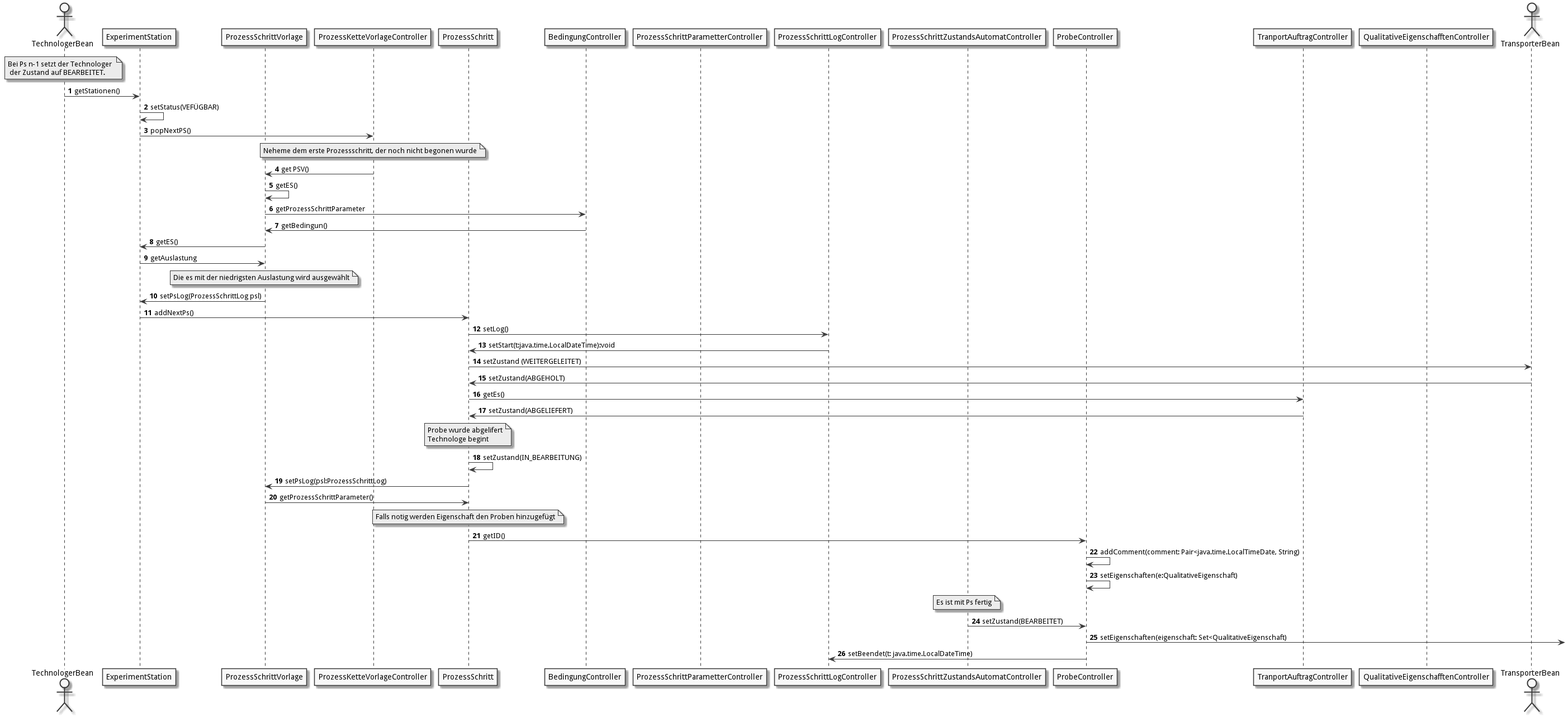
The PlantUML diagram doc/UML/aw/ps.png in fkehlenb/softwareprojekt-2, before a commit.
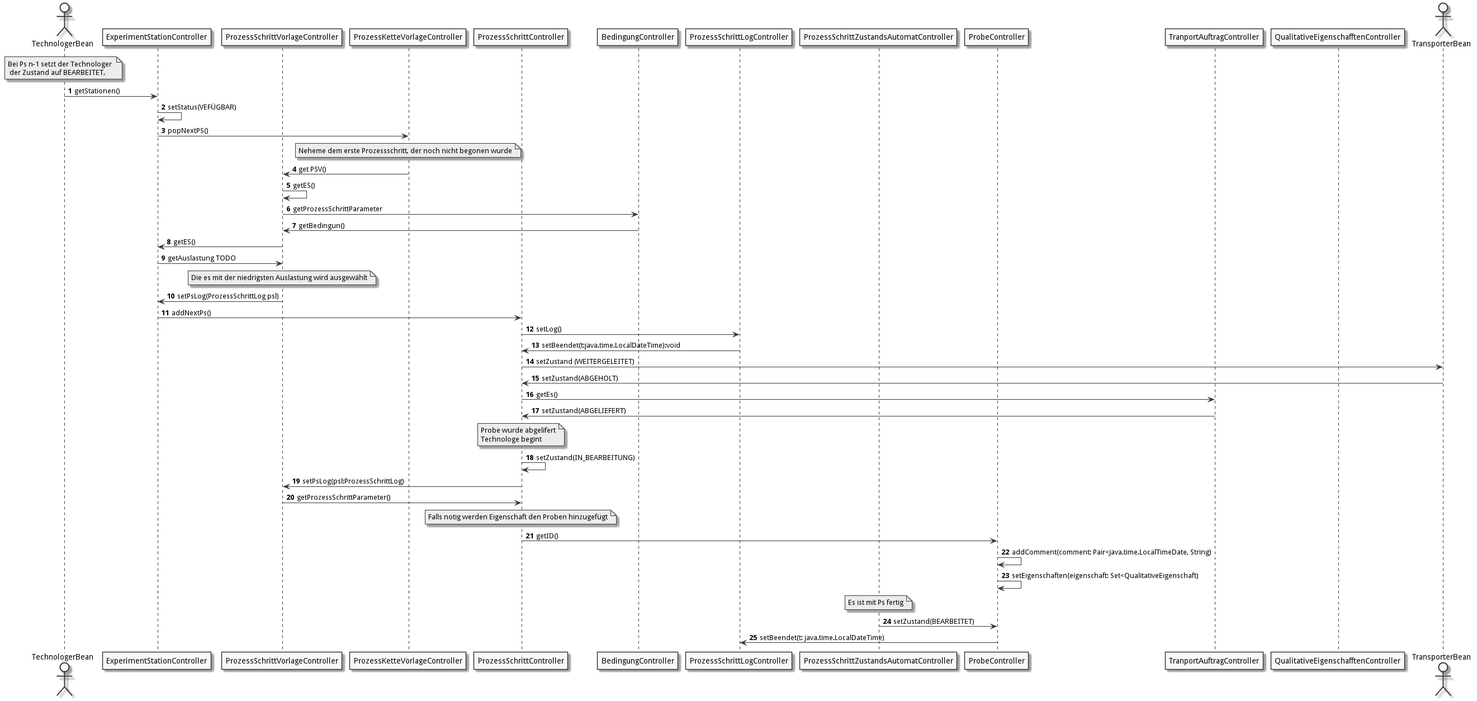
The same file after the commit.

The edit, as a diff of the source:
```diff
@@ -3,12 +3,11 @@
 skinparam monochrome true
 
 actor "TechnologerBean" as te
-participant "ExperimentStation" as es
-participant "ProzessSchrittVorlage" as psv
+participant "ExperimentStationController" as es
+participant "ProzessSchrittVorlageController" as psv
 participant "ProzessKetteVorlageController" as pkv
-participant "ProzessSchritt" as ps
+participant "ProzessSchrittController" as ps
 participant "BedingungController" as b
-participant "ProzessSchrittParametterController" as psp
 participant "ProzessSchrittLogController" as psl
 participant "ProzessSchrittZustandsAutomatController" as psza
 participant "ProbeController" as p
@@ -26,12 +25,12 @@
 psv -> b : getProzessSchrittParameter
 b -> psv : getBedingun()
 psv -> es : getES()
-es -> psv : getAuslastung
+es -> psv : getAuslastung TODO
 note over psv :  Die es mit der niedrigsten Auslastung wird ausgewählt
 psv -> es : setPsLog(ProzessSchrittLog psl)
 es -> ps : addNextPs()
 ps -> psl : setLog()
-psl -> ps:  setStart(t:java.time.LocalDateTime):void
+psl -> ps:  setBeendet(t:java.time.LocalDateTime):void
 
 ps -> tr : setZustand (WEITERGELEITET)
 tr -> ps : setZustand(ABGEHOLT)
@@ -44,9 +43,8 @@
 note over ps : Falls notig werden Eigenschaft den Proben hinzugefügt
 ps -> p : getID()
 p -> p : addComment(comment: Pair<java.time.LocalTimeDate, String)
-p -> p : setEigenschaften(e:QualitativeEigenschaft)
+p -> p : setEigenschaften(eigenschaft: Set<QualitativeEigenschaft)
 note over psza : Es ist mit Ps fertig
 p <- psza : setZustand(BEARBEITET)
-p -> : setEigenschaften(eigenschaft: Set<QualitativeEigenschaft)
 p -> psl: setBeendet(t: java.time.LocalDateTime)
 @enduml
```
